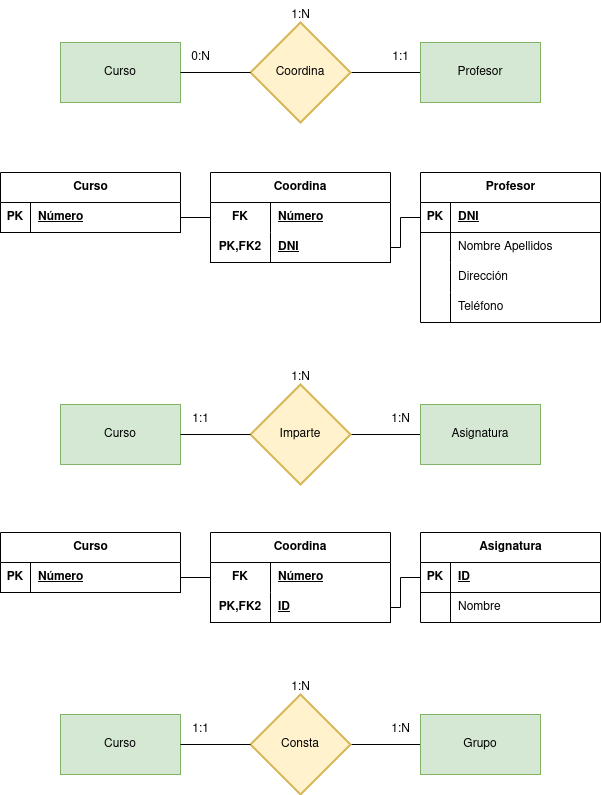
Earlier version of the draw.io export tareas 1/Ejercicio calificable docente (MR-2).drawio.png (GermanOjeda/base-datos). Source tidied: cells renumbered, new cells last; positions are measured from the earlier drawing's top-left corner, leaving out a move shared by most shapes.
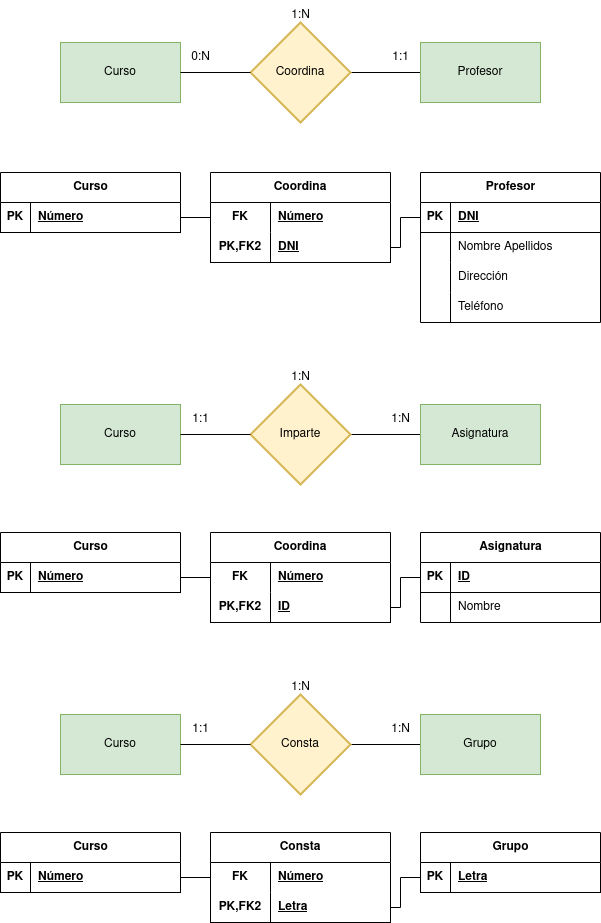
The same file after the commit.

Change to the diagram source:
```diff
@@ -212,5 +212,56 @@
     <mxCell id="71" value="1:N" style="text;html=1;align=center;verticalAlign=middle;strokeColor=none;fillColor=none;" parent="1" vertex="1">
       <mxGeometry x="280" y="672" width="40" height="30" as="geometry" />
     </mxCell>
+    <mxCell id="72" value="Curso" style="shape=table;startSize=30;rowLines=0;fontStyle=1;align=center;html=1;" parent="1" vertex="1">
+      <mxGeometry y="832" width="180" height="60" as="geometry" />
+    </mxCell>
+    <mxCell id="73" style="shape=tableRow;horizontal=0;startSize=0;swimlaneHead=0;swimlaneBody=0;fillColor=none;points=[[0,0.5],[1,0.5]];portConstraint=eastwest;top=0;left=0;right=0;bottom=1;" parent="72" vertex="1">
+      <mxGeometry y="30" width="180" height="30" as="geometry" />
+    </mxCell>
+    <mxCell id="74" value="PK" style="shape=partialRectangle;fillColor=none;top=0;left=0;bottom=0;right=0;fontStyle=1;overflow=hidden;whiteSpace=wrap;html=1;" parent="73" vertex="1">
+      <mxGeometry width="30" height="30" as="geometry" />
+    </mxCell>
+    <mxCell id="75" value="Número" style="shape=partialRectangle;fillColor=none;top=0;left=0;bottom=0;right=0;align=left;spacingLeft=6;fontStyle=5;overflow=hidden;whiteSpace=wrap;html=1;" parent="73" vertex="1">
+      <mxGeometry x="30" width="150" height="30" as="geometry" />
+    </mxCell>
+    <mxCell id="76" value="Grupo" style="shape=table;startSize=30;rowLines=0;fontStyle=1;align=center;html=1;" parent="1" vertex="1">
+      <mxGeometry x="420" y="832" width="180" height="60" as="geometry" />
+    </mxCell>
+    <mxCell id="77" style="shape=tableRow;horizontal=0;startSize=0;swimlaneHead=0;swimlaneBody=0;fillColor=none;points=[[0,0.5],[1,0.5]];portConstraint=eastwest;top=0;left=0;right=0;bottom=1;" parent="76" vertex="1">
+      <mxGeometry y="30" width="180" height="30" as="geometry" />
+    </mxCell>
+    <mxCell id="78" value="PK" style="shape=partialRectangle;fillColor=none;top=0;left=0;bottom=0;right=0;fontStyle=1;overflow=hidden;whiteSpace=wrap;html=1;" parent="77" vertex="1">
+      <mxGeometry width="30" height="30" as="geometry" />
+    </mxCell>
+    <mxCell id="79" value="Letra" style="shape=partialRectangle;fillColor=none;top=0;left=0;bottom=0;right=0;align=left;spacingLeft=6;fontStyle=5;overflow=hidden;whiteSpace=wrap;html=1;" parent="77" vertex="1">
+      <mxGeometry x="30" width="150" height="30" as="geometry" />
+    </mxCell>
+    <mxCell id="80" value="Consta" style="shape=table;startSize=30;rowLines=0;fontStyle=1;align=center;html=1;whiteSpace=wrap;" parent="1" vertex="1">
+      <mxGeometry x="210" y="832" width="180" height="90" as="geometry" />
+    </mxCell>
+    <mxCell id="81" style="shape=tableRow;horizontal=0;startSize=0;swimlaneHead=0;swimlaneBody=0;fillColor=none;points=[[0,0.5],[1,0.5]];portConstraint=eastwest;top=0;left=0;right=0;bottom=0;html=1;" parent="80" vertex="1">
+      <mxGeometry y="30" width="180" height="30" as="geometry" />
+    </mxCell>
+    <mxCell id="82" value="FK" style="shape=partialRectangle;fillColor=none;top=0;left=0;bottom=0;right=0;fontStyle=1;overflow=hidden;html=1;whiteSpace=wrap;" parent="81" vertex="1">
+      <mxGeometry width="60" height="30" as="geometry" />
+    </mxCell>
+    <mxCell id="83" value="Número" style="shape=partialRectangle;fillColor=none;top=0;left=0;bottom=0;right=0;align=left;spacingLeft=6;fontStyle=5;overflow=hidden;html=1;whiteSpace=wrap;" parent="81" vertex="1">
+      <mxGeometry x="60" width="120" height="30" as="geometry" />
+    </mxCell>
+    <mxCell id="84" style="shape=tableRow;horizontal=0;startSize=0;swimlaneHead=0;swimlaneBody=0;fillColor=none;points=[[0,0.5],[1,0.5]];portConstraint=eastwest;top=0;left=0;right=0;bottom=1;html=1;" parent="80" vertex="1">
+      <mxGeometry y="60" width="180" height="30" as="geometry" />
+    </mxCell>
+    <mxCell id="85" value="PK,FK2" style="shape=partialRectangle;fillColor=none;top=0;left=0;bottom=0;right=0;fontStyle=1;overflow=hidden;html=1;whiteSpace=wrap;" parent="84" vertex="1">
+      <mxGeometry width="60" height="30" as="geometry" />
+    </mxCell>
+    <mxCell id="86" value="Letra" style="shape=partialRectangle;fillColor=none;top=0;left=0;bottom=0;right=0;align=left;spacingLeft=6;fontStyle=5;overflow=hidden;html=1;whiteSpace=wrap;" parent="84" vertex="1">
+      <mxGeometry x="60" width="120" height="30" as="geometry" />
+    </mxCell>
+    <mxCell id="87" style="edgeStyle=orthogonalEdgeStyle;rounded=0;jettySize=auto;html=1;exitX=1;exitY=0.5;exitDx=0;exitDy=0;entryX=0;entryY=0.5;entryDx=0;entryDy=0;endArrow=none;endFill=0;" parent="1" edge="1" source="73" target="81">
+      <mxGeometry relative="1" as="geometry" />
+    </mxCell>
+    <mxCell id="88" style="edgeStyle=orthogonalEdgeStyle;rounded=0;jettySize=auto;html=1;exitX=0;exitY=0.5;exitDx=0;exitDy=0;entryX=1;entryY=0.5;entryDx=0;entryDy=0;endArrow=none;endFill=0;" parent="1" edge="1" source="77" target="84">
+      <mxGeometry relative="1" as="geometry" />
+    </mxCell>
   </root>
 </mxGraphModel>
```
